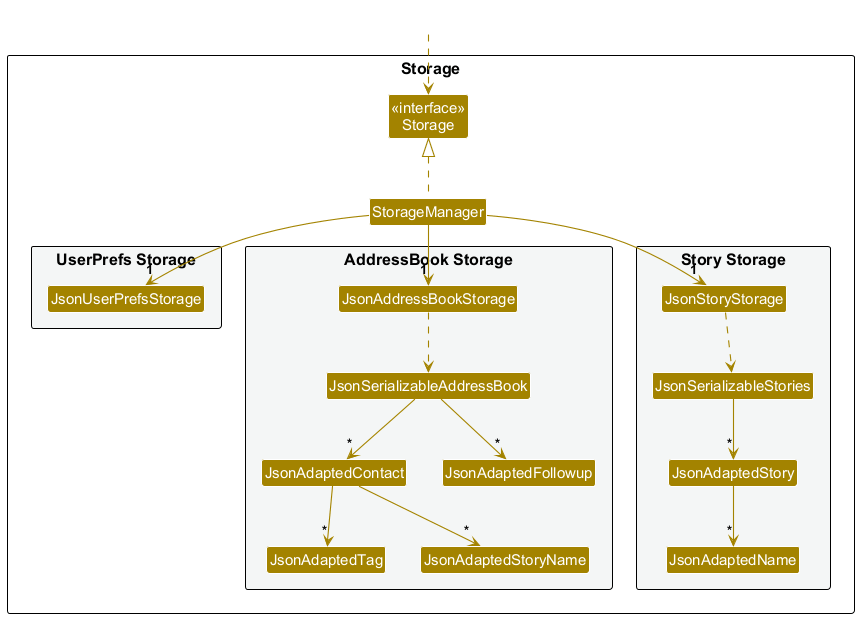
The PlantUML diagram docs/images/StorageClassDiagram.png in AY2627S1-CS2103T-T13-3/tp, before a commit. Its source is kept beside it as docs/diagrams/StorageClassDiagram.puml.
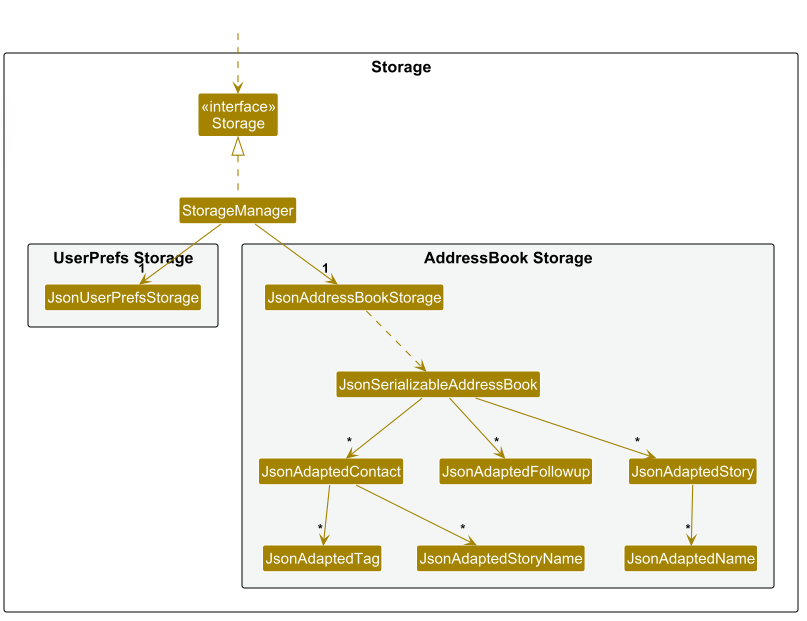
The same diagram one commit later.

Diff of the diagram source:
```diff
@@ -20,11 +20,6 @@
 Class JsonAdaptedTag
 Class JsonAdaptedStoryName
 Class JsonAdaptedFollowup
-}
-
-package "Story Storage" #F4F6F6 {
-Class JsonStoryStorage
-Class JsonSerializableStories
 Class JsonAdaptedStory
 Class JsonAdaptedName
 }
@@ -37,18 +32,15 @@
 StorageManager .up.|> Storage
 StorageManager -down-> "1" JsonUserPrefsStorage
 StorageManager -down-> "1" JsonAddressBookStorage
-StorageManager -down-> "1" JsonStoryStorage
 
 JsonAddressBookStorage ..> JsonSerializableAddressBook
 JsonSerializableAddressBook --> "*" JsonAdaptedContact
 JsonSerializableAddressBook --> "*" JsonAdaptedFollowup
+JsonSerializableAddressBook --> "*" JsonAdaptedStory
 
 JsonAdaptedContact --> "*" JsonAdaptedTag
 JsonAdaptedContact --> "*" JsonAdaptedStoryName
 
-JsonStoryStorage ..> JsonSerializableStories
-JsonSerializableStories --> "*" JsonAdaptedStory
-
 JsonAdaptedStory --> "*" JsonAdaptedName
 
 @enduml
```
